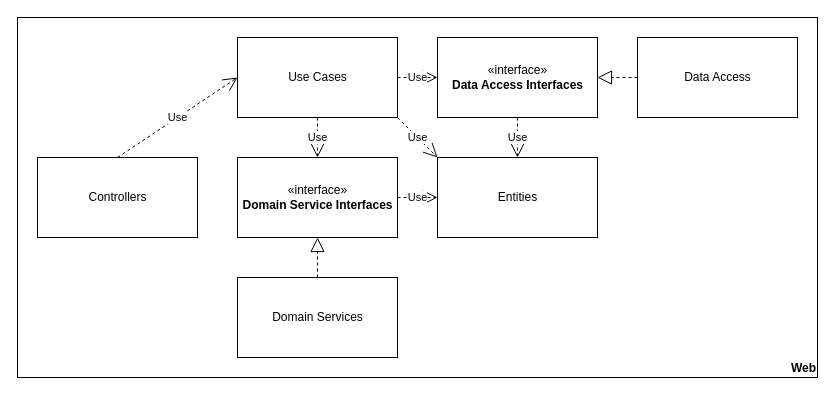
Before: 8. dotnext2020-clean-architecture-clean-controllers.drawio in andrewtsw/dotnext2020-clean-architecture, a draw.io diagram. Source tidied: cells renumbered, new cells numbered last; positions are measured from the earlier drawing's top-left corner, leaving out a move shared by most shapes. Both pictures are drawn from the tidied source at 100%, with x=0, y=0 at pixel (17, 17).
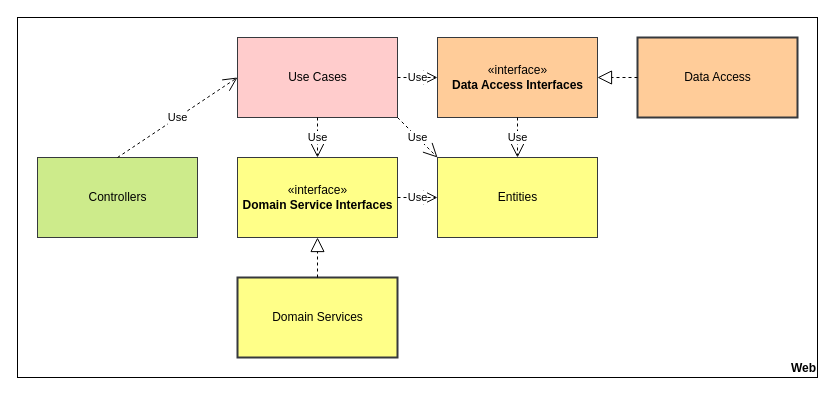
The same diagram, later.

The edit, as a diff of the source:
```diff
@@
 <mxGraphModel>
   <root>
     <mxCell id="0" />
     <mxCell id="1" parent="0" />
     <mxCell id="2" value="&lt;b&gt;Web&lt;/b&gt;" style="html=1;fillColor=none;align=right;verticalAlign=bottom;" parent="1" vertex="1">
       <mxGeometry width="800" height="360" as="geometry" />
     </mxCell>
-    <mxCell id="3" value="Controllers" style="html=1;" parent="1" vertex="1">
+    <mxCell id="3" value="Controllers" style="html=1;fillColor=#cdeb8b;strokeColor=#36393d;" parent="1" vertex="1">
       <mxGeometry x="20" y="140" width="160" height="80" as="geometry" />
     </mxCell>
-    <mxCell id="4" value="Use Cases" style="html=1;" parent="1" vertex="1">
+    <mxCell id="4" value="Use Cases" style="html=1;fillColor=#ffcccc;strokeColor=#36393d;" parent="1" vertex="1">
       <mxGeometry x="220" y="20" width="160" height="80" as="geometry" />
     </mxCell>
-    <mxCell id="5" value="Data Access" style="html=1;" parent="1" vertex="1">
+    <mxCell id="5" value="Data Access" style="html=1;fillColor=#ffcc99;strokeColor=#36393d;strokeWidth=2;" parent="1" vertex="1">
       <mxGeometry x="620" y="20" width="160" height="80" as="geometry" />
     </mxCell>
-    <mxCell id="6" value="Entities" style="html=1;" parent="1" vertex="1">
+    <mxCell id="6" value="Entities" style="html=1;fillColor=#ffff88;strokeColor=#36393d;" parent="1" vertex="1">
       <mxGeometry x="420" y="140" width="160" height="80" as="geometry" />
     </mxCell>
     <mxCell id="7" value="Use" style="endArrow=open;endSize=12;dashed=1;html=1;exitX=0.5;exitY=0;exitDx=0;exitDy=0;entryX=0;entryY=0.5;entryDx=0;entryDy=0;" parent="1" edge="1" source="3" target="4">
       <mxGeometry relative="1" as="geometry" />
     </mxCell>
     <mxCell id="8" value="Use" style="endArrow=open;endSize=12;dashed=1;html=1;exitX=0.5;exitY=1;exitDx=0;exitDy=0;" parent="1" edge="1" source="4" target="13">
       <mxGeometry relative="1" as="geometry" />
     </mxCell>
-    <mxCell id="9" value="«interface»&lt;br&gt;&lt;b&gt;Data Access Interfaces&lt;/b&gt;" style="html=1;" parent="1" vertex="1">
+    <mxCell id="9" value="«interface»&lt;br&gt;&lt;b&gt;Data Access Interfaces&lt;/b&gt;" style="html=1;fillColor=#ffcc99;strokeColor=#36393d;" parent="1" vertex="1">
       <mxGeometry x="420" y="20" width="160" height="80" as="geometry" />
     </mxCell>
     <mxCell id="10" style="endArrow=block;dashed=1;endFill=0;endSize=12;html=1;exitX=0;exitY=0.5;exitDx=0;exitDy=0;" parent="1" edge="1" source="5" target="9">
       <mxGeometry relative="1" as="geometry" />
     </mxCell>
     <mxCell id="11" value="Use" style="endArrow=open;endSize=12;dashed=1;html=1;entryX=0;entryY=0.5;entryDx=0;entryDy=0;exitX=1;exitY=0.5;exitDx=0;exitDy=0;" parent="1" edge="1" source="4" target="9">
       <mxGeometry relative="1" as="geometry" />
     </mxCell>
     <mxCell id="12" value="Use" style="endArrow=open;endSize=12;dashed=1;html=1;exitX=0.5;exitY=1;exitDx=0;exitDy=0;entryX=0.5;entryY=0;entryDx=0;entryDy=0;" parent="1" edge="1" source="9" target="6">
       <mxGeometry relative="1" as="geometry" />
     </mxCell>
-    <mxCell id="13" value="«interface»&lt;br&gt;&lt;b&gt;Domain Service Interfaces&lt;/b&gt;" style="html=1;" parent="1" vertex="1">
+    <mxCell id="13" value="«interface»&lt;br&gt;&lt;b&gt;Domain Service Interfaces&lt;/b&gt;" style="html=1;fillColor=#ffff88;strokeColor=#36393d;" parent="1" vertex="1">
       <mxGeometry x="220" y="140" width="160" height="80" as="geometry" />
     </mxCell>
     <mxCell id="14" value="Use" style="endArrow=open;endSize=12;dashed=1;html=1;exitX=1;exitY=0.5;exitDx=0;exitDy=0;entryX=0;entryY=0.5;entryDx=0;entryDy=0;" parent="1" edge="1" source="13" target="6">
       <mxGeometry relative="1" as="geometry" />
     </mxCell>
-    <mxCell id="15" value="Domain Services" style="html=1;" parent="1" vertex="1">
+    <mxCell id="15" value="Domain Services" style="html=1;fillColor=#ffff88;strokeColor=#36393d;strokeWidth=2;" parent="1" vertex="1">
       <mxGeometry x="220" y="260" width="160" height="80" as="geometry" />
     </mxCell>
     <mxCell id="16" style="endArrow=block;dashed=1;endFill=0;endSize=12;html=1;exitX=0.5;exitY=0;exitDx=0;exitDy=0;entryX=0.5;entryY=1;entryDx=0;entryDy=0;" parent="1" edge="1" source="15" target="13">
       <mxGeometry relative="1" as="geometry" />
     </mxCell>
     <mxCell id="17" value="Use" style="endArrow=open;endSize=12;dashed=1;html=1;exitX=1;exitY=1;exitDx=0;exitDy=0;entryX=0;entryY=0;entryDx=0;entryDy=0;" parent="1" edge="1" source="4" target="6">
       <mxGeometry relative="1" as="geometry" />
     </mxCell>
   </root>
 </mxGraphModel>
```
